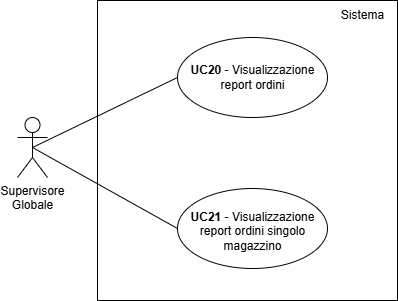
The draw.io diagram documents/rtb/assets/UC20.png in teamcodealchemists/docs, before a commit. Source tidied: cells renumbered, new cells last; positions are measured from the earlier drawing's top-left corner, leaving out a move shared by most shapes.
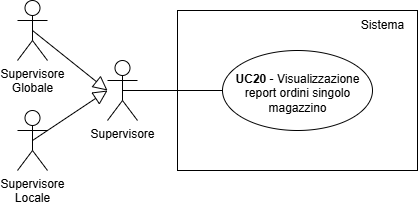
Later version of the same file.

Change to the diagram source:
```diff
@@ -1,33 +1,40 @@
 <mxGraphModel>
   <root>
-    <mxCell id="0" />
-    <mxCell id="1" parent="0" />
+    <mxCell id="11" />
+    <mxCell id="12" parent="11" />
+    <mxCell id="13" style="rounded=0;whiteSpace=wrap;html=1;" parent="12" vertex="1">
+      <mxGeometry x="240" y="120" width="240" height="160" as="geometry" />
+    </mxCell>
+    <mxCell id="9" value="Sistema" style="text;html=1;align=center;verticalAlign=middle;strokeColor=none;fillColor=none;" parent="12" vertex="1">
+      <mxGeometry x="410" y="120" width="70" height="30" as="geometry" />
+    </mxCell>
+    <mxCell id="14" style="ellipse;whiteSpace=wrap;html=1;fontStyle=1;" parent="12" vertex="1">
+      <mxGeometry x="285" y="160" width="150" height="80" as="geometry" />
+    </mxCell>
+    <mxCell id="15" value="&lt;b&gt;UC20&amp;nbsp;&lt;/b&gt;- Visualizzazione&lt;div&gt;report ordini singolo&lt;/div&gt;&lt;div&gt;magazzino&lt;/div&gt;" style="text;html=1;align=center;verticalAlign=middle;strokeColor=none;fillColor=none;" parent="12" vertex="1">
+      <mxGeometry x="285" y="173" width="150" height="60" as="geometry" />
+    </mxCell>
+    <mxCell id="16" style="endArrow=none;html=1;rounded=0;entryX=0;entryY=0.5;entryDx=0;entryDy=0;exitX=0.5;exitY=0.5;exitDx=0;exitDy=0;exitPerimeter=0;" parent="12" edge="1" source="17" target="14">
+      <mxGeometry relative="1" as="geometry" />
+    </mxCell>
+    <mxCell id="17" value="Supervisore" style="shape=umlActor;verticalLabelPosition=bottom;verticalAlign=top;html=1;outlineConnect=0;" parent="12" vertex="1">
+      <mxGeometry x="170" y="170" width="30" height="60" as="geometry" />
+    </mxCell>
-    <mxCell id="2" value="Supervisore&lt;div&gt;Globale&lt;/div&gt;" style="shape=umlActor;verticalLabelPosition=bottom;verticalAlign=top;html=1;outlineConnect=0;" parent="1" vertex="1">
-      <mxGeometry y="117" width="30" height="60" as="geometry" />
+    <mxCell id="2" value="Supervisore&lt;div&gt;Globale&lt;/div&gt;" style="shape=umlActor;verticalLabelPosition=bottom;verticalAlign=top;html=1;outlineConnect=0;" parent="12" vertex="1">
+      <mxGeometry x="80" y="110" width="30" height="60" as="geometry" />
     </mxCell>
-    <mxCell id="3" style="rounded=0;whiteSpace=wrap;html=1;" parent="1" vertex="1">
-      <mxGeometry x="80" width="300" height="300" as="geometry" />
-    </mxCell>
-    <mxCell id="4" style="ellipse;whiteSpace=wrap;html=1;fontStyle=1;" parent="1" vertex="1">
-      <mxGeometry x="160" y="37" width="150" height="80" as="geometry" />
-    </mxCell>
-    <mxCell id="5" value="&lt;b&gt;UC20&amp;nbsp;&lt;/b&gt;- Visualizzazione&lt;div&gt;report ordini&lt;/div&gt;" style="text;html=1;align=center;verticalAlign=middle;strokeColor=none;fillColor=none;" parent="1" vertex="1">
-      <mxGeometry x="160" y="57" width="150" height="40" as="geometry" />
-    </mxCell>
-    <mxCell id="6" style="endArrow=none;html=1;rounded=0;entryX=0;entryY=0.5;entryDx=0;entryDy=0;exitX=0.5;exitY=0.5;exitDx=0;exitDy=0;exitPerimeter=0;" parent="1" edge="1" source="2" target="4">
-      <mxGeometry relative="1" as="geometry" />
-    </mxCell>
-    <mxCell id="7" style="ellipse;whiteSpace=wrap;html=1;fontStyle=1;" parent="1" vertex="1">
-      <mxGeometry x="160" y="188" width="150" height="80" as="geometry" />
-    </mxCell>
-    <mxCell id="8" value="&lt;b&gt;UC21&amp;nbsp;&lt;/b&gt;- Visualizzazione&lt;div&gt;report&amp;nbsp;&lt;span style=&quot;background-color: transparent; color: light-dark(rgb(0, 0, 0), rgb(255, 255, 255));&quot;&gt;ordini singolo&lt;/span&gt;&lt;/div&gt;&lt;div&gt;&lt;span style=&quot;background-color: transparent; color: light-dark(rgb(0, 0, 0), rgb(255, 255, 255));&quot;&gt;magazzino&lt;/span&gt;&lt;/div&gt;" style="text;html=1;align=center;verticalAlign=middle;strokeColor=none;fillColor=none;" parent="1" vertex="1">
-      <mxGeometry x="160" y="201" width="150" height="60" as="geometry" />
-    </mxCell>
-    <mxCell id="9" value="Sistema" style="text;html=1;align=center;verticalAlign=middle;strokeColor=none;fillColor=none;" parent="1" vertex="1">
-      <mxGeometry x="310" width="70" height="30" as="geometry" />
-    </mxCell>
-    <mxCell id="10" style="endArrow=none;html=1;rounded=0;entryX=0;entryY=0.5;entryDx=0;entryDy=0;exitX=0.5;exitY=0.5;exitDx=0;exitDy=0;exitPerimeter=0;" parent="1" edge="1" source="2" target="7">
-      <mxGeometry relative="1" as="geometry" />
-    </mxCell>
+    <mxCell id="18" value="Supervisore&lt;div&gt;Locale&lt;/div&gt;" style="shape=umlActor;verticalLabelPosition=bottom;verticalAlign=top;html=1;outlineConnect=0;" parent="12" vertex="1">
+      <mxGeometry x="80" y="220" width="30" height="60" as="geometry" />
+    </mxCell>
+    <mxCell id="19" style="endArrow=block;html=1;rounded=0;exitX=0.5;exitY=0.5;exitDx=0;exitDy=0;exitPerimeter=0;endFill=0;endSize=12;" parent="12" edge="1" source="2">
+      <mxGeometry relative="1" as="geometry">
+        <mxPoint x="170" y="200" as="targetPoint" />
+      </mxGeometry>
+    </mxCell>
+    <mxCell id="20" style="endArrow=block;html=1;rounded=0;exitX=0.5;exitY=0.5;exitDx=0;exitDy=0;exitPerimeter=0;endFill=0;endSize=12;" parent="12" edge="1" source="18">
+      <mxGeometry relative="1" as="geometry">
+        <mxPoint x="170" y="200" as="targetPoint" />
+      </mxGeometry>
+    </mxCell>
   </root>
 </mxGraphModel>
```
